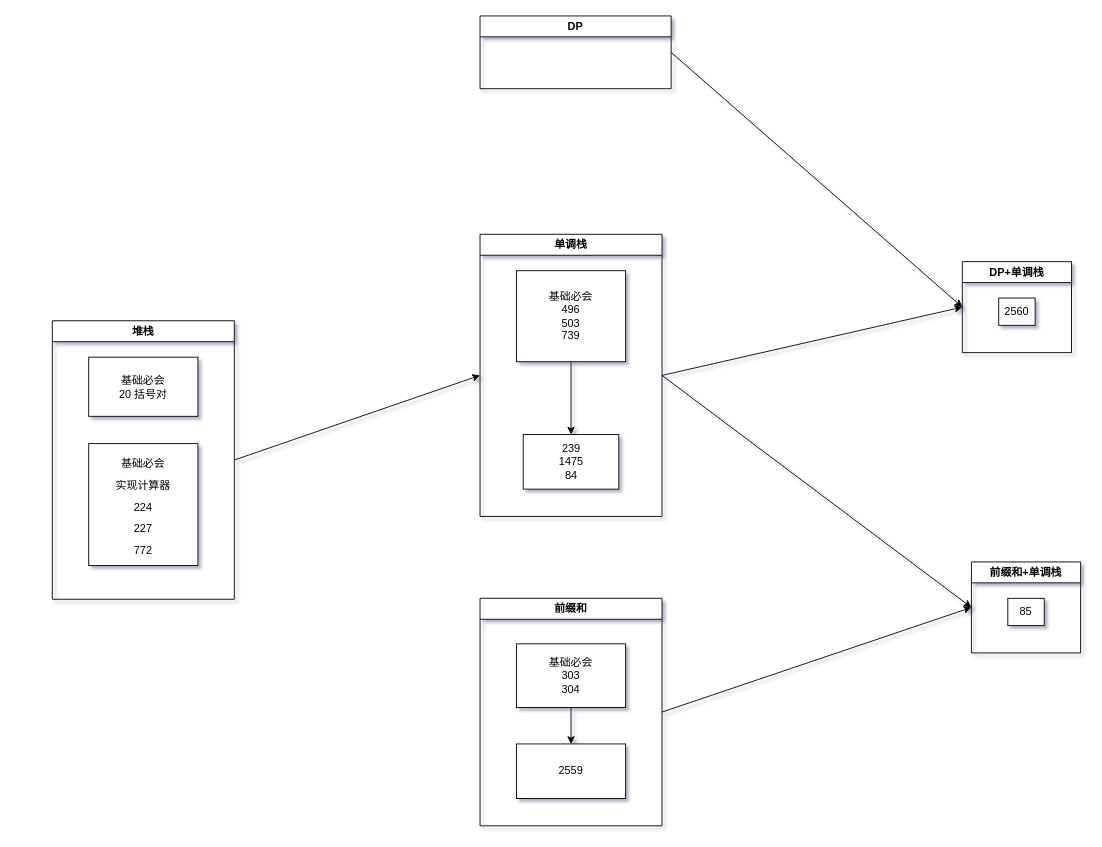
Earlier version of the draw.io diagram 按图索骥.drawio (jssonx/algo-playground). Source tidied: cells renumbered, new cells numbered last; positions are measured from the earlier drawing's top-left corner, leaving out a move shared by most shapes. Both pictures are drawn from the tidied source at 91%, with x=0, y=0 at pixel (52, 15).
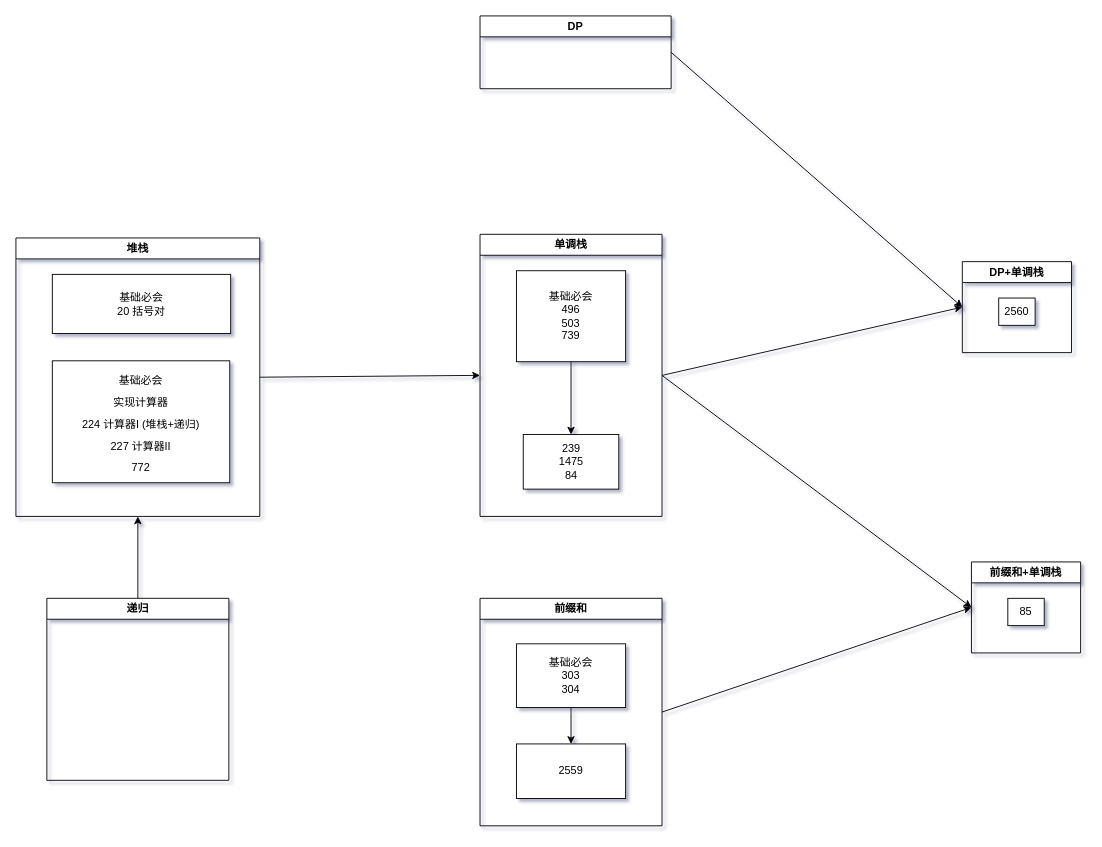
After the change.

Change to the diagram source:
```diff
@@
     <mxCell id="20" value="堆栈" style="swimlane;whiteSpace=wrap;html=1;rounded=0;" parent="1" vertex="1">
-      <mxGeometry y="335" width="200" height="306" as="geometry" />
+      <mxGeometry x="-40" y="244" width="268" height="306" as="geometry" />
     </mxCell>
     <mxCell id="21" value="基础必会&lt;br&gt;20 括号对" style="whiteSpace=wrap;html=1;rounded=0;" parent="20" vertex="1">
-      <mxGeometry x="40" y="40" width="120" height="65" as="geometry" />
+      <mxGeometry x="40" y="40" width="196" height="65" as="geometry" />
     </mxCell>
-    <mxCell id="22" value="&lt;font style=&quot;font-size: 12px;&quot;&gt;&lt;font face=&quot;Helvetica&quot;&gt;基础必会&lt;br&gt;实现计算器&lt;br&gt;224&lt;br&gt;227&lt;br&gt;772&lt;/font&gt;&lt;br&gt;&lt;/font&gt;" style="whiteSpace=wrap;html=1;hachureGap=4;fontFamily=Architects Daughter;fontSize=20;" parent="20" vertex="1">
-      <mxGeometry x="40" y="135" width="120" height="134" as="geometry" />
+    <mxCell id="22" value="&lt;font style=&quot;font-size: 12px;&quot;&gt;&lt;font face=&quot;Helvetica&quot;&gt;基础必会&lt;br&gt;实现计算器&lt;br&gt;224 计算器I (堆栈+递归)&lt;br&gt;227 计算器II&lt;br&gt;772&lt;/font&gt;&lt;br&gt;&lt;/font&gt;" style="whiteSpace=wrap;html=1;hachureGap=4;fontFamily=Architects Daughter;fontSize=20;" parent="20" vertex="1">
+      <mxGeometry x="40" y="135" width="195" height="134" as="geometry" />
     </mxCell>
+    <mxCell id="23" style="edgeStyle=none;html=1;exitX=0.5;exitY=0;exitDx=0;exitDy=0;entryX=0.5;entryY=1;entryDx=0;entryDy=0;fontFamily=Helvetica;" parent="1" edge="1" source="24" target="20">
+      <mxGeometry relative="1" as="geometry" />
+    </mxCell>
+    <mxCell id="24" value="递归" style="swimlane;whiteSpace=wrap;html=1;fontFamily=Helvetica;" parent="1" vertex="1">
+      <mxGeometry x="-6" y="640" width="200" height="200" as="geometry" />
+    </mxCell>
```
